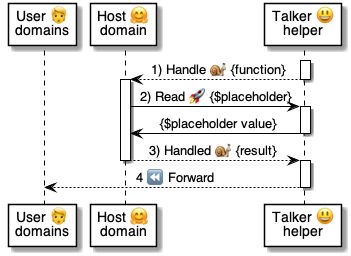
pollyweb-org/pollyweb-docs keeps this PlantUML diagram as 5 ⏩ Flows/49 ☁️⏩Hosters/.📎 Assets/Handle.png. Above is the earlier version. Its source is kept beside it as 5 ⏩ Flows/49 ☁️⏩Hosters/.📎 Assets/Handle.puml. Source of this version:
```plantuml
@startuml Handle

participant "User 🧑\ndomains" as user
participant "Host 🤗\ndomain" as host
participant "Talker 😃\nhelper" as talker

activate talker
    talker --> host: 1) Handle 🐌 {function}
deactivate talker

activate host

    host -> talker: 2) Read 🚀 {$placeholder}

    activate talker
        talker -> host: {$placeholder value}
    deactivate talker

    host --> talker: 3) Handled 🐌 {result}
deactivate host

activate talker
    talker --> user: 4 ⏪ Forward
deactivate talker

@enduml
```
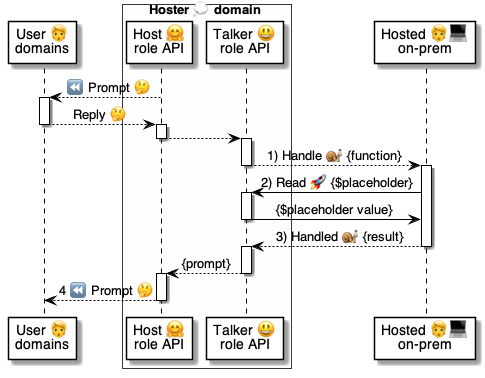
After the commit.

What changed in the source:
```diff
@@ -1,26 +1,43 @@
 @startuml Handle
 
 participant "User 🧑\ndomains" as user
-participant "Host 🤗\ndomain" as host
-participant "Talker 😃\nhelper" as talker
+box Hoster 💭 domain #FFFFFA
+    participant "Host 🤗\nrole API" as host
+    participant "Talker 😃\nrole API" as talker
+end box
+participant "Hosted 🧑‍💻\non-prem" as hosted
+
+    host --> user:  ⏪ Prompt 🤔
+
+activate user
+    user --> host: Reply 🤔
+deactivate user
+
+activate host
+    host --> talker
+deactivate host
 
 activate talker
-    talker --> host: 1) Handle 🐌 {function}
+    talker --> hosted: 1) Handle 🐌 {function}
+deactivate talker
+
+activate hosted
+
+    hosted -> talker: 2) Read 🚀 {$placeholder}
+
+    activate talker
+        talker -> hosted: {$placeholder value}
+    deactivate talker
+
+    hosted --> talker: 3) Handled 🐌 {result}
+deactivate hosted
+
+activate talker
+    talker --> host: {prompt}
 deactivate talker
 
 activate host
-
-    host -> talker: 2) Read 🚀 {$placeholder}
-
-    activate talker
-        talker -> host: {$placeholder value}
-    deactivate talker
-
-    host --> talker: 3) Handled 🐌 {result}
+    host --> user: 4 ⏪ Prompt 🤔
 deactivate host
 
-activate talker
-    talker --> user: 4 ⏪ Forward
-deactivate talker
-
 @enduml
```
